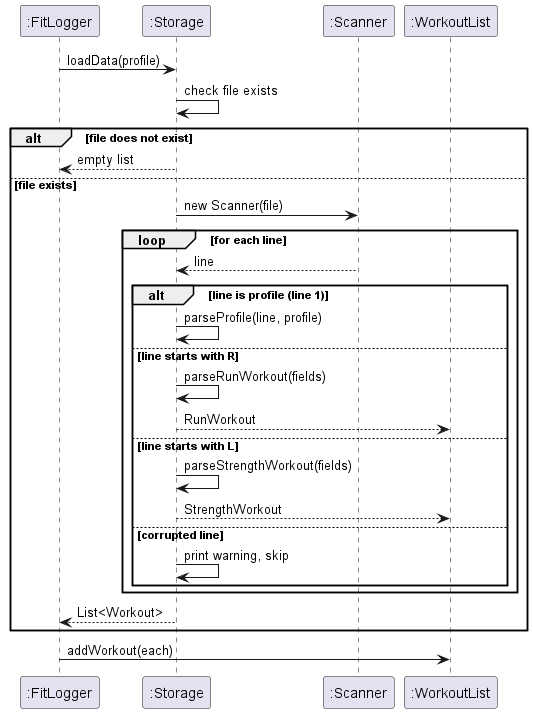
Before: docs/images/LoadDataSequenceDiagram.png, a diagram exported from PlantUML (Daniel-czj/tp). Its diagram source:
```plantuml
@startuml
participant ":FitLogger" as FL
participant ":Storage" as ST
participant ":Scanner" as SC
participant ":WorkoutList" as WL

FL -> ST : loadData(profile)
ST -> ST : check file exists
alt file does not exist
    ST --> FL : empty list
else file exists
    ST -> SC : new Scanner(file)
    loop for each line
        SC --> ST : line
        alt line is profile (line 1)
            ST -> ST : parseProfile(line, profile)
        else line starts with R
            ST -> ST : parseRunWorkout(fields)
            ST --> WL : RunWorkout
        else line starts with L
            ST -> ST : parseStrengthWorkout(fields)
            ST --> WL : StrengthWorkout
        else corrupted line
            ST -> ST : print warning, skip
        end
    end
    ST --> FL : List<Workout>
end
FL -> WL : addWorkout(each)
@enduml
```
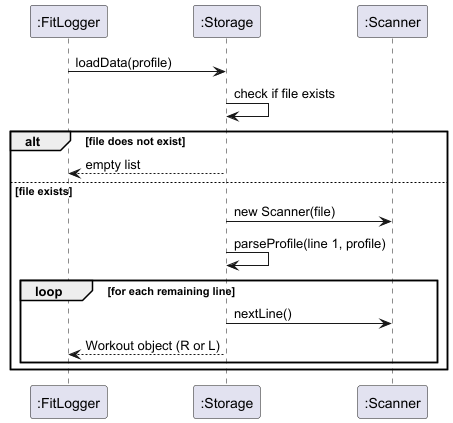
After the commit.

Commit message:
Fix sequence diagram feedback: simplify nesting and fix toFileFormat() caller

Diff of the diagram source:
```diff
@@ -2,29 +2,17 @@
 participant ":FitLogger" as FL
 participant ":Storage" as ST
 participant ":Scanner" as SC
-participant ":WorkoutList" as WL
 
 FL -> ST : loadData(profile)
-ST -> ST : check file exists
+ST -> ST : check if file exists
 alt file does not exist
     ST --> FL : empty list
 else file exists
     ST -> SC : new Scanner(file)
-    loop for each line
-        SC --> ST : line
-        alt line is profile (line 1)
-            ST -> ST : parseProfile(line, profile)
-        else line starts with R
-            ST -> ST : parseRunWorkout(fields)
-            ST --> WL : RunWorkout
-        else line starts with L
-            ST -> ST : parseStrengthWorkout(fields)
-            ST --> WL : StrengthWorkout
-        else corrupted line
-            ST -> ST : print warning, skip
-        end
+    ST -> ST : parseProfile(line 1, profile)
+    loop for each remaining line
+        ST -> SC : nextLine()
+        ST --> FL : Workout object (R or L)
     end
-    ST --> FL : List<Workout>
 end
-FL -> WL : addWorkout(each)
 @enduml
```
